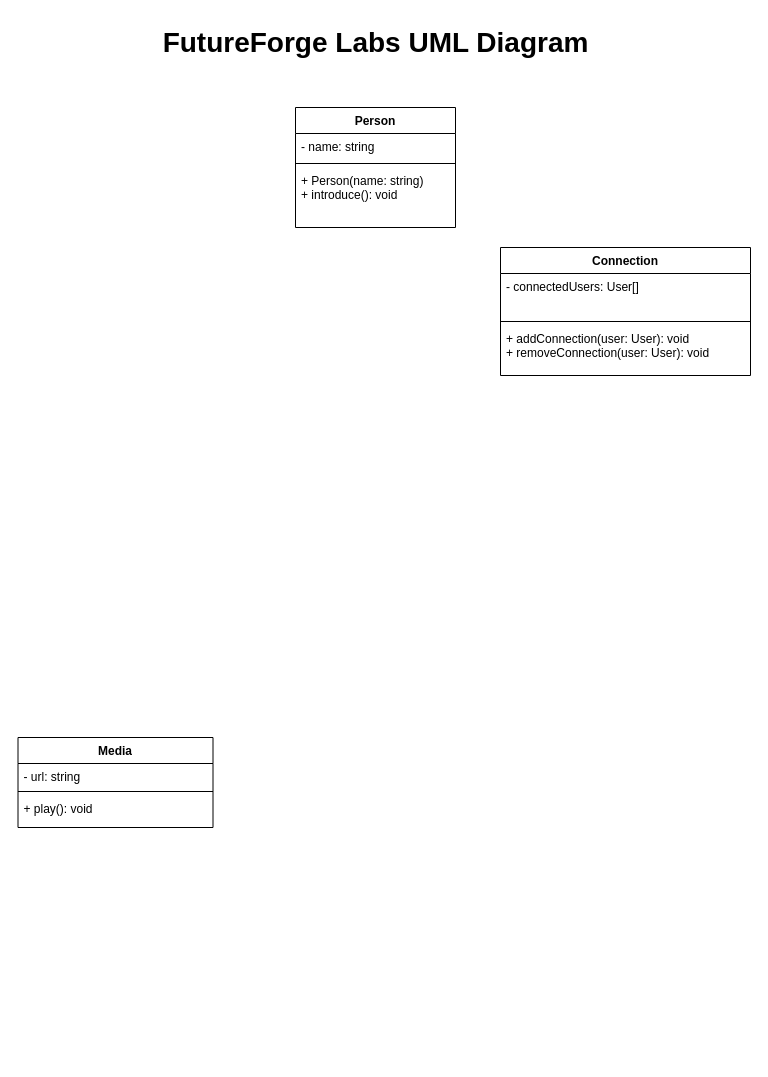
BlazerLabs/CSC-3105-22-23-Project-Repo keeps this draw.io diagram as docs/futureforge/futureforgeuml.drawio. Above is the earlier version. Source tidied: cells renumbered, new cells numbered last; positions are measured from the earlier drawing's top-left corner, leaving out a move shared by most shapes. Both pictures are drawn from the tidied source at 100%, with x=0, y=0 at pixel (18, 17).
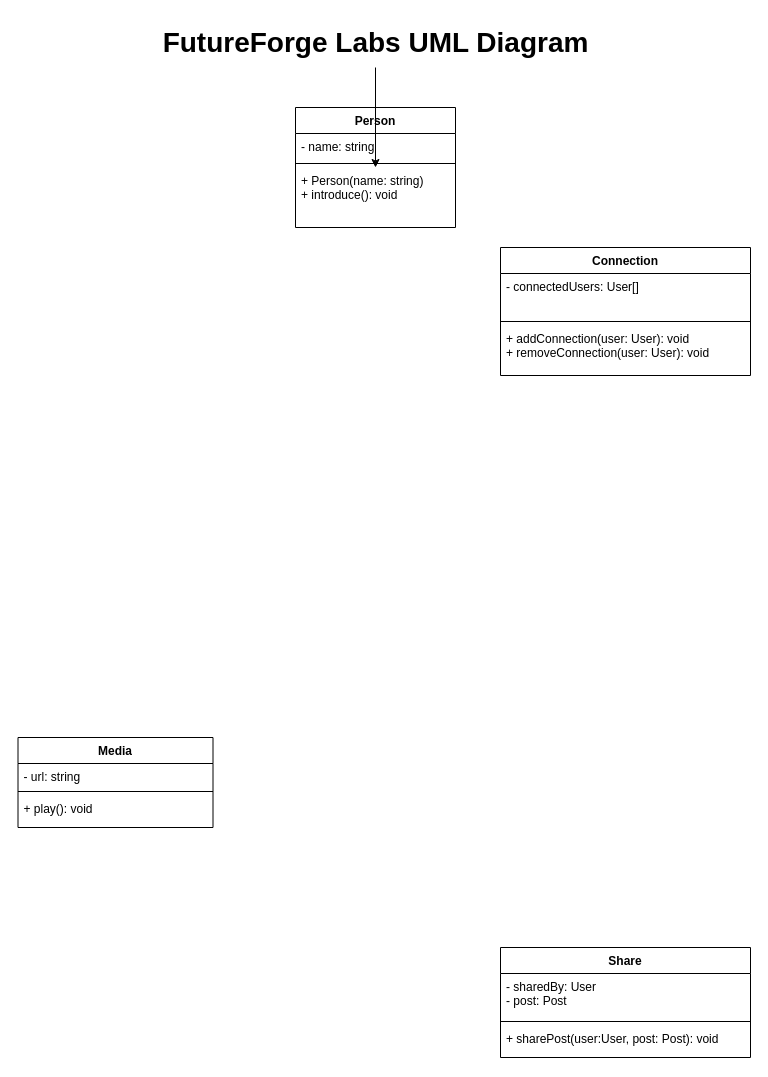
The same diagram, later.

Commit message:
my contribution on project one, i worked on the Share concept

What changed in the source:
```diff
@@
 <mxGraphModel>
   <root>
     <mxCell id="0" />
     <mxCell id="1" parent="0" />
     <mxCell id="2" value="Person" style="swimlane;fontStyle=1;align=center;verticalAlign=top;horizontal=1;startSize=26;" parent="1" vertex="1">
       <mxGeometry x="277" y="90" width="160" height="120" as="geometry" />
     </mxCell>
     <mxCell id="3" value="- name: string" style="text;strokeColor=none;fillColor=none;align=left;verticalAlign=top;spacingLeft=4;spacingRight=4;overflow=hidden;" parent="2" vertex="1">
       <mxGeometry y="26" width="160" height="26" as="geometry" />
     </mxCell>
     <mxCell id="4" style="line;strokeWidth=1;fillColor=none;align=left;verticalAlign=middle;spacingTop=-1;spacingLeft=3;spacingRight=3;labelPosition=right;strokeColor=inherit;" parent="2" vertex="1">
       <mxGeometry y="52" width="160" height="8" as="geometry" />
     </mxCell>
     <mxCell id="5" value="+ Person(name: string)&#10;+ introduce(): void" style="text;strokeColor=none;fillColor=none;align=left;verticalAlign=top;spacingLeft=4;spacingRight=4;overflow=hidden;points=[[0,0.5],[1,0.5]];portConstraint=eastwest;" parent="2" vertex="1">
       <mxGeometry y="60" width="160" height="60" as="geometry" />
     </mxCell>
+    <mxCell id="15" style="edgeStyle=none;html=1;" parent="1" edge="1" source="6" target="5">
+      <mxGeometry relative="1" as="geometry" />
+    </mxCell>
     <mxCell id="6" value="&lt;font size=&quot;1&quot; style=&quot;&quot;&gt;&lt;b style=&quot;font-size: 28px;&quot;&gt;FutureForge Labs UML Diagram&lt;/b&gt;&lt;/font&gt;" style="text;html=1;align=center;verticalAlign=middle;points=[];strokeColor=none;fillColor=none;" parent="1" vertex="1">
       <mxGeometry x="132" width="450" height="50" as="geometry" />
     </mxCell>
     <mxCell id="7" value="Connection" style="swimlane;fontStyle=1;align=center;verticalAlign=top;horizontal=1;startSize=26;" parent="1" vertex="1">
       <mxGeometry x="482" y="230" width="250" height="128" as="geometry" />
     </mxCell>
     <mxCell id="8" value="- connectedUsers: User[]" style="text;strokeColor=none;fillColor=none;align=left;verticalAlign=top;spacingLeft=4;spacingRight=4;overflow=hidden;" parent="7" vertex="1">
       <mxGeometry y="26" width="250" height="44" as="geometry" />
     </mxCell>
     <mxCell id="9" style="line;strokeWidth=1;fillColor=none;align=left;verticalAlign=middle;spacingTop=-1;spacingLeft=3;spacingRight=3;labelPosition=right;strokeColor=inherit;" parent="7" vertex="1">
       <mxGeometry y="70" width="250" height="8" as="geometry" />
     </mxCell>
     <mxCell id="10" value="+ addConnection(user: User): void&#10;+ removeConnection(user: User): void" style="text;strokeColor=none;fillColor=none;align=left;verticalAlign=top;spacingLeft=4;spacingRight=4;overflow=hidden;" parent="7" vertex="1">
       <mxGeometry y="78" width="250" height="50" as="geometry" />
     </mxCell>
     <mxCell id="11" value="Media" style="swimlane;fontStyle=1;align=center;verticalAlign=top;horizontal=1;startSize=26;" parent="1" vertex="1">
       <mxGeometry x="-0.5" y="720" width="195" height="90" as="geometry" />
     </mxCell>
     <mxCell id="12" value="- url: string" style="text;strokeColor=none;fillColor=none;align=left;verticalAlign=top;spacingLeft=4;spacingRight=4;overflow=hidden;" parent="11" vertex="1">
       <mxGeometry y="26" width="195" height="24" as="geometry" />
     </mxCell>
     <mxCell id="13" style="line;strokeWidth=1;fillColor=none;align=left;verticalAlign=middle;spacingTop=-1;spacingLeft=3;spacingRight=3;labelPosition=right;strokeColor=inherit;" parent="11" vertex="1">
       <mxGeometry y="50" width="195" height="8" as="geometry" />
     </mxCell>
     <mxCell id="14" value="+ play(): void" style="text;strokeColor=none;fillColor=none;align=left;verticalAlign=top;spacingLeft=4;spacingRight=4;overflow=hidden;" parent="11" vertex="1">
       <mxGeometry y="58" width="195" height="32" as="geometry" />
     </mxCell>
+    <mxCell id="16" value="Share" style="swimlane;fontStyle=1;align=center;verticalAlign=top;horizontal=1;startSize=26;" parent="1" vertex="1">
+      <mxGeometry x="482" y="930" width="250" height="110" as="geometry" />
+    </mxCell>
+    <mxCell id="17" value="- sharedBy: User&#10;- post: Post" style="text;strokeColor=none;fillColor=none;align=left;verticalAlign=top;spacingLeft=4;spacingRight=4;overflow=hidden;" parent="16" vertex="1">
+      <mxGeometry y="26" width="250" height="44" as="geometry" />
+    </mxCell>
+    <mxCell id="18" style="line;strokeWidth=1;fillColor=none;align=left;verticalAlign=middle;spacingTop=-1;spacingLeft=3;spacingRight=3;labelPosition=right;strokeColor=inherit;" parent="16" vertex="1">
+      <mxGeometry y="70" width="250" height="8" as="geometry" />
+    </mxCell>
+    <mxCell id="19" value="+ sharePost(user:User, post: Post): void" style="text;strokeColor=none;fillColor=none;align=left;verticalAlign=top;spacingLeft=4;spacingRight=4;overflow=hidden;" parent="16" vertex="1">
+      <mxGeometry y="78" width="250" height="32" as="geometry" />
+    </mxCell>
   </root>
 </mxGraphModel>
```
